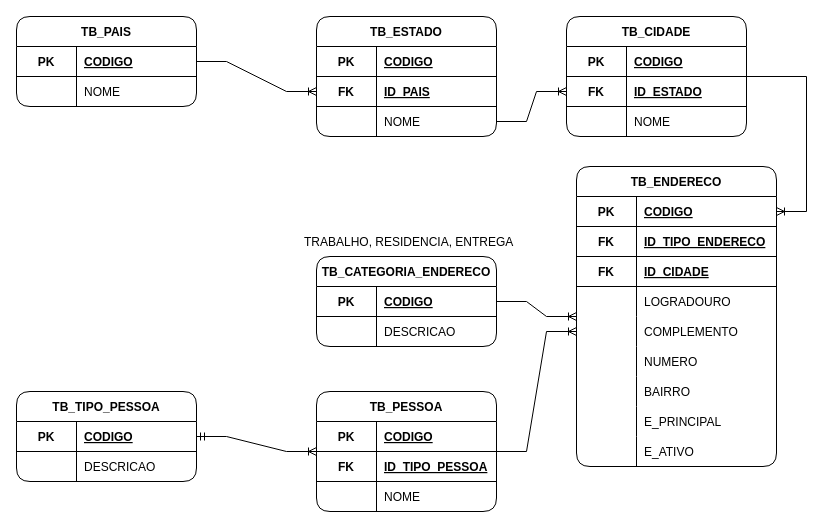
Above: src/main/resources/Sistema Gerenciador de Pessoas.drawio in quintino-digital/gerpessapi (draw.io), before the change. Source tidied: cells renumbered, new cells numbered last; positions are measured from the earlier drawing's top-left corner, leaving out a move shared by most shapes. Both pictures are drawn from the tidied source at 100%, with x=0, y=0 at pixel (16, 16).
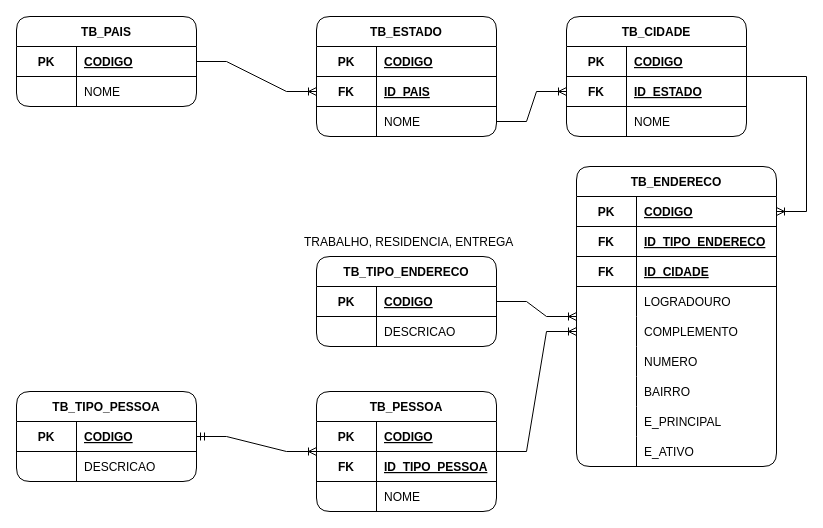
The same page after the edit.

Commit message (it also covers changes not shown here):
:large_blue_circle: Feature: Implementar mapeamento de dados TB_PAIS, TB_ESTADO, TB_CIDADE e TB_ENDERECO

Diff of the diagram source:
```diff
@@
-    <mxCell id="78" value="TB_CATEGORIA_ENDERECO" style="shape=table;startSize=30;childLayout=tableLayout;rowLines=0;fontStyle=1;align=center;swimlaneFillColor=default;rounded=1;sketch=0;" parent="1" vertex="1">
+    <mxCell id="78" value="TB_TIPO_ENDERECO" style="shape=table;startSize=30;childLayout=tableLayout;rowLines=0;fontStyle=1;align=center;swimlaneFillColor=default;rounded=1;sketch=0;" parent="1" vertex="1">
       <mxGeometry x="300" y="240" width="180" height="90" as="geometry" />
     </mxCell>
```
